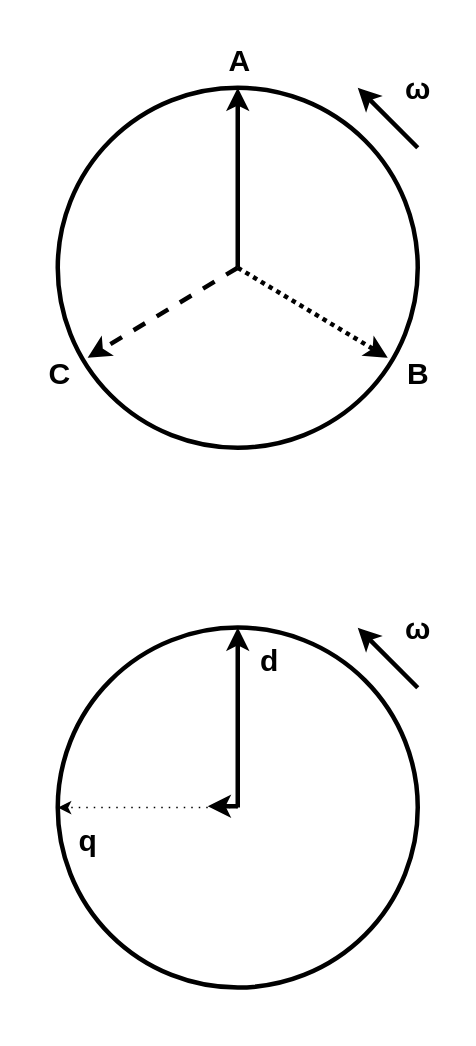
SukuWc/SGM-Inverter keeps this draw.io diagram as page "Park-transform" (4 of 12) of Graphics/Inverter Graphics.drawio. Above is the earlier version. Source tidied: cells renumbered, new cells numbered last; positions are measured from the earlier drawing's top-left corner, leaving out a move shared by most shapes. Both pictures are drawn from the tidied source at 150%, with x=0, y=0 at pixel (27, 27).
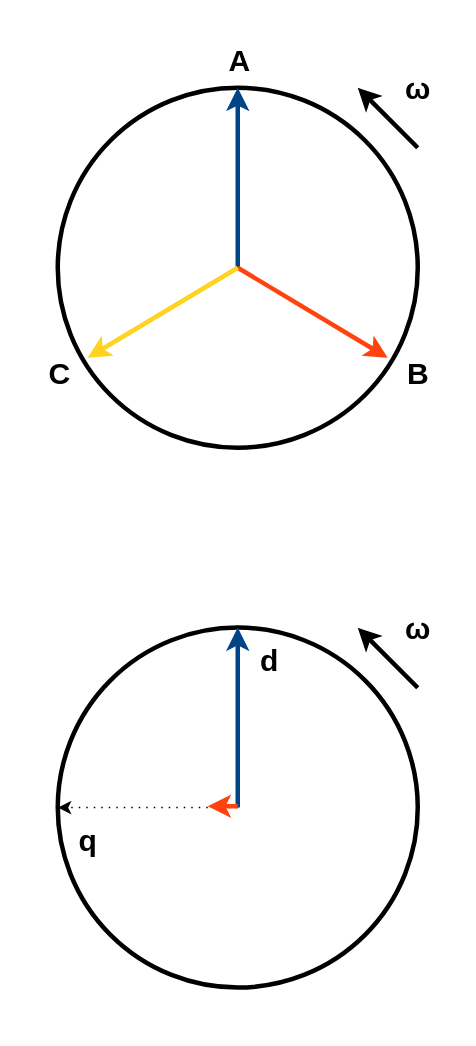
The same diagram, later.

The change refers to these unchanged cells:
```xml
<mxCell id="4" style="ellipse;whiteSpace=wrap;html=1;strokeWidth=3;fillColor=#ffffff;fontSize=20;" parent="1" vertex="1">
  <mxGeometry x="20" y="40" width="240" height="240" as="geometry" />
</mxCell>
```

Change to the diagram source:
```diff
@@
-    <mxCell id="5" style="endArrow=classic;html=1;strokeWidth=3;fontSize=20;fillColor=#f8cecc;strokeColor=#000000;" parent="1" edge="1">
+    <mxCell id="5" style="endArrow=classic;html=1;strokeWidth=3;fontSize=20;fillColor=#f8cecc;strokeColor=#004586;" parent="1" edge="1">
       <mxGeometry relative="1" as="geometry">
         <mxPoint x="140" y="160" as="sourcePoint" />
         <mxPoint x="140" y="40" as="targetPoint" />
       </mxGeometry>
     </mxCell>
@@
-    <mxCell id="7" style="endArrow=classic;html=1;strokeWidth=3;fontSize=20;strokeColor=#000000;fillColor=#fff2cc;dashed=1;dashPattern=1 1;" parent="1" edge="1">
+    <mxCell id="7" style="endArrow=classic;html=1;strokeWidth=3;fontSize=20;fillColor=#fff2cc;strokeColor=#ff420e;" parent="1" edge="1">
       <mxGeometry relative="1" as="geometry">
         <mxPoint x="140" y="160" as="sourcePoint" />
         <mxPoint x="240" y="220" as="targetPoint" />
       </mxGeometry>
     </mxCell>
@@
-    <mxCell id="9" style="endArrow=classic;html=1;strokeWidth=3;fontSize=20;entryX=0.083;entryY=0.75;entryDx=0;entryDy=0;entryPerimeter=0;strokeColor=#000000;dashed=1;" parent="1" edge="1" target="4">
+    <mxCell id="9" style="endArrow=classic;html=1;strokeWidth=3;fontSize=20;entryX=0.083;entryY=0.75;entryDx=0;entryDy=0;entryPerimeter=0;strokeColor=#ffd320;" parent="1" edge="1" target="4">
       <mxGeometry relative="1" as="geometry">
         <mxPoint x="140" y="160" as="sourcePoint" />
       </mxGeometry>
     </mxCell>
@@
-    <mxCell id="13" style="endArrow=classic;html=1;strokeWidth=3;fontSize=20;fillColor=#f8cecc;strokeColor=#000000;" parent="1" edge="1">
+    <mxCell id="13" style="endArrow=classic;html=1;strokeWidth=3;fontSize=20;fillColor=#f8cecc;strokeColor=#004586;" parent="1" edge="1">
       <mxGeometry relative="1" as="geometry">
         <mxPoint x="140" y="519.9" as="sourcePoint" />
         <mxPoint x="140" y="399.9" as="targetPoint" />
       </mxGeometry>
     </mxCell>
@@
-    <mxCell id="17" style="endArrow=classic;html=1;strokeColor=#000000;strokeWidth=3;fontSize=20;endFill=1;" parent="1" edge="1">
+    <mxCell id="17" style="endArrow=classic;html=1;strokeWidth=3;fontSize=20;endFill=1;strokeColor=#FF420E;" parent="1" edge="1">
       <mxGeometry relative="1" as="geometry">
         <mxPoint x="140" y="519" as="sourcePoint" />
         <mxPoint x="120" y="519" as="targetPoint" />
       </mxGeometry>
     </mxCell>
```
